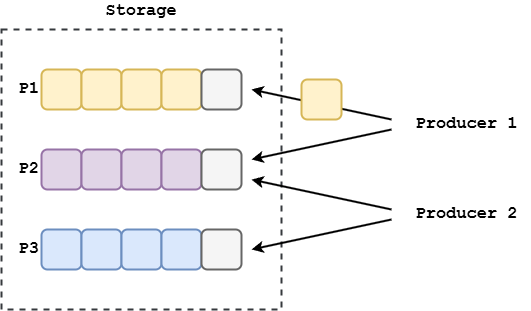
G4utama/Thesis keeps this draw.io diagram as assets/partition.drawio.png. Above is the earlier version. Source tidied: cells renumbered, new cells last; positions are measured from the earlier drawing's top-left corner, leaving out a move shared by most shapes. The source it was exported from:
```xml
<mxGraphModel>
  <root>
    <mxCell id="0" />
    <mxCell id="1" parent="0" />
    <mxCell id="2" value="&lt;font&gt;&lt;b&gt;Storage&lt;/b&gt;&lt;/font&gt;" style="rounded=0;whiteSpace=wrap;html=1;glass=0;shadow=0;align=center;fontFamily=Courier New;verticalAlign=bottom;labelPosition=center;verticalLabelPosition=top;fontSize=17;spacingTop=0;spacing=0;strokeWidth=2;spacingLeft=0;spacingBottom=8;fillColor=none;strokeColor=#36393d;dashed=1;" parent="1" vertex="1">
      <mxGeometry width="280" height="280" as="geometry" />
    </mxCell>
    <mxCell id="3" value="&lt;font style=&quot;font-size: 17px;&quot; face=&quot;Courier New&quot;&gt;&lt;b&gt;P1&lt;/b&gt;&lt;/font&gt;" style="rounded=1;whiteSpace=wrap;html=1;fillColor=#fff2cc;strokeColor=#d6b656;strokeWidth=2;labelPosition=left;verticalLabelPosition=middle;align=right;verticalAlign=middle;" parent="1" vertex="1">
      <mxGeometry x="40" y="40" width="40" height="40" as="geometry" />
    </mxCell>
    <mxCell id="4" style="rounded=1;whiteSpace=wrap;html=1;fillColor=#fff2cc;strokeColor=#d6b656;strokeWidth=2;labelPosition=left;verticalLabelPosition=middle;align=right;verticalAlign=middle;" parent="1" vertex="1">
      <mxGeometry x="80" y="40" width="40" height="40" as="geometry" />
    </mxCell>
    <mxCell id="5" style="rounded=1;whiteSpace=wrap;html=1;fillColor=#fff2cc;strokeColor=#d6b656;strokeWidth=2;labelPosition=left;verticalLabelPosition=middle;align=right;verticalAlign=middle;" parent="1" vertex="1">
      <mxGeometry x="120" y="40" width="40" height="40" as="geometry" />
    </mxCell>
    <mxCell id="6" style="rounded=1;whiteSpace=wrap;html=1;fillColor=#fff2cc;strokeColor=#d6b656;strokeWidth=2;labelPosition=left;verticalLabelPosition=middle;align=right;verticalAlign=middle;" parent="1" vertex="1">
      <mxGeometry x="160" y="40" width="40" height="40" as="geometry" />
    </mxCell>
    <mxCell id="7" style="rounded=1;whiteSpace=wrap;html=1;fillColor=#f5f5f5;strokeColor=#666666;strokeWidth=2;labelPosition=left;verticalLabelPosition=middle;align=right;verticalAlign=middle;fontColor=#333333;" parent="1" vertex="1">
      <mxGeometry x="200" y="40" width="40" height="40" as="geometry" />
    </mxCell>
    <mxCell id="8" value="&lt;font style=&quot;font-size: 17px;&quot; face=&quot;Courier New&quot;&gt;&lt;b&gt;P2&lt;/b&gt;&lt;/font&gt;" style="rounded=1;whiteSpace=wrap;html=1;fillColor=#e1d5e7;strokeColor=#9673a6;strokeWidth=2;labelPosition=left;verticalLabelPosition=middle;align=right;verticalAlign=middle;" parent="1" vertex="1">
      <mxGeometry x="40" y="120" width="40" height="40" as="geometry" />
    </mxCell>
    <mxCell id="9" style="rounded=1;whiteSpace=wrap;html=1;fillColor=#e1d5e7;strokeColor=#9673a6;strokeWidth=2;labelPosition=left;verticalLabelPosition=middle;align=right;verticalAlign=middle;" parent="1" vertex="1">
      <mxGeometry x="80" y="120" width="40" height="40" as="geometry" />
    </mxCell>
    <mxCell id="10" style="rounded=1;whiteSpace=wrap;html=1;fillColor=#e1d5e7;strokeColor=#9673a6;strokeWidth=2;labelPosition=left;verticalLabelPosition=middle;align=right;verticalAlign=middle;" parent="1" vertex="1">
      <mxGeometry x="120" y="120" width="40" height="40" as="geometry" />
    </mxCell>
    <mxCell id="11" style="rounded=1;whiteSpace=wrap;html=1;fillColor=#e1d5e7;strokeColor=#9673a6;strokeWidth=2;labelPosition=left;verticalLabelPosition=middle;align=right;verticalAlign=middle;" parent="1" vertex="1">
      <mxGeometry x="160" y="120" width="40" height="40" as="geometry" />
    </mxCell>
    <mxCell id="12" style="rounded=1;whiteSpace=wrap;html=1;fillColor=#f5f5f5;strokeColor=#666666;strokeWidth=2;labelPosition=left;verticalLabelPosition=middle;align=right;verticalAlign=middle;fontColor=#333333;" parent="1" vertex="1">
      <mxGeometry x="200" y="120" width="40" height="40" as="geometry" />
    </mxCell>
    <mxCell id="13" value="&lt;font style=&quot;font-size: 17px;&quot; face=&quot;Courier New&quot;&gt;&lt;b&gt;P3&lt;/b&gt;&lt;/font&gt;" style="rounded=1;whiteSpace=wrap;html=1;fillColor=#dae8fc;strokeColor=#6c8ebf;strokeWidth=2;labelPosition=left;verticalLabelPosition=middle;align=right;verticalAlign=middle;" parent="1" vertex="1">
      <mxGeometry x="40" y="200" width="40" height="40" as="geometry" />
    </mxCell>
    <mxCell id="14" style="rounded=1;whiteSpace=wrap;html=1;fillColor=#dae8fc;strokeColor=#6c8ebf;strokeWidth=2;labelPosition=left;verticalLabelPosition=middle;align=right;verticalAlign=middle;" parent="1" vertex="1">
      <mxGeometry x="80" y="200" width="40" height="40" as="geometry" />
    </mxCell>
    <mxCell id="15" style="rounded=1;whiteSpace=wrap;html=1;fillColor=#dae8fc;strokeColor=#6c8ebf;strokeWidth=2;labelPosition=left;verticalLabelPosition=middle;align=right;verticalAlign=middle;" parent="1" vertex="1">
      <mxGeometry x="120" y="200" width="40" height="40" as="geometry" />
    </mxCell>
    <mxCell id="16" style="rounded=1;whiteSpace=wrap;html=1;fillColor=#dae8fc;strokeColor=#6c8ebf;strokeWidth=2;labelPosition=left;verticalLabelPosition=middle;align=right;verticalAlign=middle;" parent="1" vertex="1">
      <mxGeometry x="160" y="200" width="40" height="40" as="geometry" />
    </mxCell>
    <mxCell id="17" style="rounded=1;whiteSpace=wrap;html=1;fillColor=#f5f5f5;strokeColor=#666666;strokeWidth=2;labelPosition=left;verticalLabelPosition=middle;align=right;verticalAlign=middle;fontColor=#333333;" parent="1" vertex="1">
      <mxGeometry x="200" y="200" width="40" height="40" as="geometry" />
    </mxCell>
    <mxCell id="18" value="&lt;font face=&quot;Courier New&quot; style=&quot;font-size: 17px;&quot;&gt;&lt;b&gt;Producer 1&lt;/b&gt;&lt;/font&gt;" style="text;html=1;align=center;verticalAlign=middle;strokeColor=none;fillColor=none;" parent="1" vertex="1">
      <mxGeometry x="400" y="80" width="130" height="30" as="geometry" />
    </mxCell>
    <mxCell id="19" value="&lt;font face=&quot;Courier New&quot; style=&quot;font-size: 17px;&quot;&gt;&lt;b&gt;Producer 2&lt;/b&gt;&lt;/font&gt;" style="text;html=1;align=center;verticalAlign=middle;strokeColor=none;fillColor=none;" parent="1" vertex="1">
      <mxGeometry x="400" y="170" width="130" height="30" as="geometry" />
    </mxCell>
    <mxCell id="20" style="endArrow=classic;html=1;strokeWidth=2;" parent="1" edge="1">
      <mxGeometry relative="1" as="geometry">
        <mxPoint x="390" y="190" as="sourcePoint" />
        <mxPoint x="250" y="220" as="targetPoint" />
      </mxGeometry>
    </mxCell>
    <mxCell id="21" style="endArrow=classic;html=1;strokeWidth=2;entryX=0.893;entryY=0.536;entryDx=0;entryDy=0;entryPerimeter=0;" parent="1" edge="1" target="2">
      <mxGeometry relative="1" as="geometry">
        <mxPoint x="390" y="180" as="sourcePoint" />
      </mxGeometry>
    </mxCell>
    <mxCell id="22" style="endArrow=classic;html=1;strokeWidth=2;entryX=0.893;entryY=0.536;entryDx=0;entryDy=0;entryPerimeter=0;" parent="1" edge="1">
      <mxGeometry relative="1" as="geometry">
        <mxPoint x="390" y="100" as="sourcePoint" />
        <mxPoint x="250" y="130" as="targetPoint" />
      </mxGeometry>
    </mxCell>
    <mxCell id="23" style="endArrow=classic;html=1;strokeWidth=2;entryX=0.893;entryY=0.536;entryDx=0;entryDy=0;entryPerimeter=0;" parent="1" edge="1">
      <mxGeometry relative="1" as="geometry">
        <mxPoint x="390" y="90" as="sourcePoint" />
        <mxPoint x="250" y="60" as="targetPoint" />
      </mxGeometry>
    </mxCell>
    <mxCell id="24" style="rounded=1;whiteSpace=wrap;html=1;fillColor=#fff2cc;strokeColor=#d6b656;strokeWidth=2;labelPosition=left;verticalLabelPosition=middle;align=right;verticalAlign=middle;" parent="1" vertex="1">
      <mxGeometry x="300" y="50" width="40" height="40" as="geometry" />
    </mxCell>
  </root>
</mxGraphModel>
```
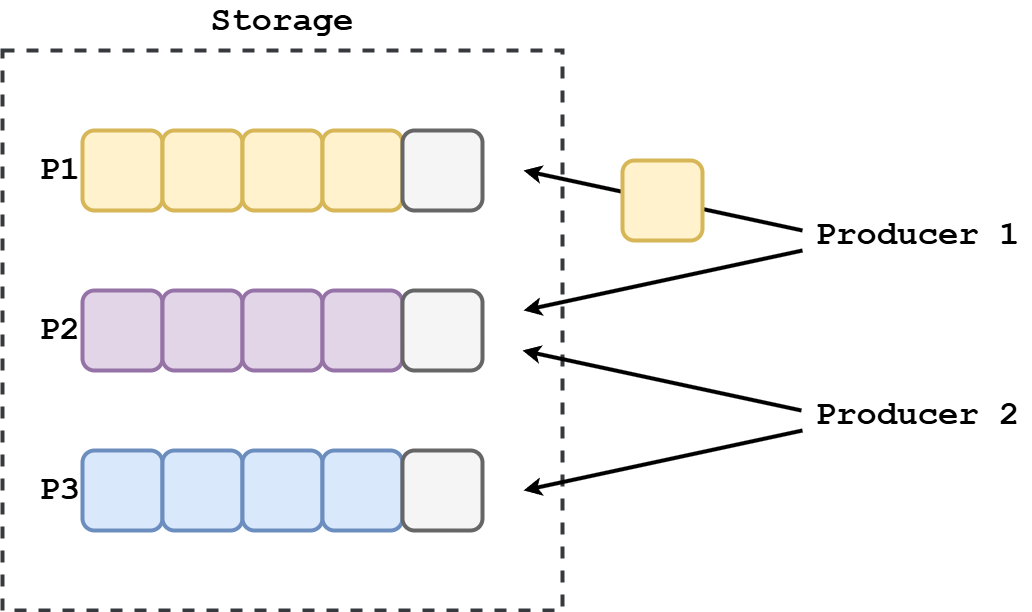
After the commit.

The edit, as a diff of the source:
```diff
@@ -2,85 +2,86 @@
   <root>
     <mxCell id="0" />
     <mxCell id="1" parent="0" />
-    <mxCell id="2" value="&lt;font&gt;&lt;b&gt;Storage&lt;/b&gt;&lt;/font&gt;" style="rounded=0;whiteSpace=wrap;html=1;glass=0;shadow=0;align=center;fontFamily=Courier New;verticalAlign=bottom;labelPosition=center;verticalLabelPosition=top;fontSize=17;spacingTop=0;spacing=0;strokeWidth=2;spacingLeft=0;spacingBottom=8;fillColor=none;strokeColor=#36393d;dashed=1;" parent="1" vertex="1">
-      <mxGeometry width="280" height="280" as="geometry" />
+    <mxCell id="2" value="&lt;font&gt;&lt;b&gt;Storage&lt;/b&gt;&lt;/font&gt;" style="rounded=0;whiteSpace=wrap;html=1;glass=0;shadow=0;align=center;fontFamily=Courier New;verticalAlign=bottom;labelPosition=center;verticalLabelPosition=top;fontSize=34;spacingTop=0;spacing=0;strokeWidth=4;spacingLeft=0;spacingBottom=8;fillColor=none;strokeColor=#36393d;dashed=1;" parent="1" vertex="1">
+      <mxGeometry width="560" height="560" as="geometry" />
     </mxCell>
-    <mxCell id="3" value="&lt;font style=&quot;font-size: 17px;&quot; face=&quot;Courier New&quot;&gt;&lt;b&gt;P1&lt;/b&gt;&lt;/font&gt;" style="rounded=1;whiteSpace=wrap;html=1;fillColor=#fff2cc;strokeColor=#d6b656;strokeWidth=2;labelPosition=left;verticalLabelPosition=middle;align=right;verticalAlign=middle;" parent="1" vertex="1">
-      <mxGeometry x="40" y="40" width="40" height="40" as="geometry" />
+    <mxCell id="3" value="&lt;font style=&quot;font-size: 34px;&quot; face=&quot;Courier New&quot;&gt;&lt;b style=&quot;&quot;&gt;P1&lt;/b&gt;&lt;/font&gt;" style="rounded=1;whiteSpace=wrap;html=1;fillColor=#fff2cc;strokeColor=#d6b656;strokeWidth=4;labelPosition=left;verticalLabelPosition=middle;align=right;verticalAlign=middle;" parent="1" vertex="1">
+      <mxGeometry x="80" y="80" width="80" height="80" as="geometry" />
     </mxCell>
-    <mxCell id="4" style="rounded=1;whiteSpace=wrap;html=1;fillColor=#fff2cc;strokeColor=#d6b656;strokeWidth=2;labelPosition=left;verticalLabelPosition=middle;align=right;verticalAlign=middle;" parent="1" vertex="1">
-      <mxGeometry x="80" y="40" width="40" height="40" as="geometry" />
+    <mxCell id="4" style="rounded=1;whiteSpace=wrap;html=1;fillColor=#fff2cc;strokeColor=#d6b656;strokeWidth=4;labelPosition=left;verticalLabelPosition=middle;align=right;verticalAlign=middle;" parent="1" vertex="1">
+      <mxGeometry x="160" y="80" width="80" height="80" as="geometry" />
     </mxCell>
-    <mxCell id="5" style="rounded=1;whiteSpace=wrap;html=1;fillColor=#fff2cc;strokeColor=#d6b656;strokeWidth=2;labelPosition=left;verticalLabelPosition=middle;align=right;verticalAlign=middle;" parent="1" vertex="1">
-      <mxGeometry x="120" y="40" width="40" height="40" as="geometry" />
-    </mxCell>
-    <mxCell id="6" style="rounded=1;whiteSpace=wrap;html=1;fillColor=#fff2cc;strokeColor=#d6b656;strokeWidth=2;labelPosition=left;verticalLabelPosition=middle;align=right;verticalAlign=middle;" parent="1" vertex="1">
-      <mxGeometry x="160" y="40" width="40" height="40" as="geometry" />
-    </mxCell>
-    <mxCell id="7" style="rounded=1;whiteSpace=wrap;html=1;fillColor=#f5f5f5;strokeColor=#666666;strokeWidth=2;labelPosition=left;verticalLabelPosition=middle;align=right;verticalAlign=middle;fontColor=#333333;" parent="1" vertex="1">
-      <mxGeometry x="200" y="40" width="40" height="40" as="geometry" />
-    </mxCell>
-    <mxCell id="8" value="&lt;font style=&quot;font-size: 17px;&quot; face=&quot;Courier New&quot;&gt;&lt;b&gt;P2&lt;/b&gt;&lt;/font&gt;" style="rounded=1;whiteSpace=wrap;html=1;fillColor=#e1d5e7;strokeColor=#9673a6;strokeWidth=2;labelPosition=left;verticalLabelPosition=middle;align=right;verticalAlign=middle;" parent="1" vertex="1">
-      <mxGeometry x="40" y="120" width="40" height="40" as="geometry" />
+    <mxCell id="8" value="&lt;font style=&quot;font-size: 34px;&quot; face=&quot;Courier New&quot;&gt;&lt;b style=&quot;&quot;&gt;P2&lt;/b&gt;&lt;/font&gt;" style="rounded=1;whiteSpace=wrap;html=1;fillColor=#e1d5e7;strokeColor=#9673a6;strokeWidth=4;labelPosition=left;verticalLabelPosition=middle;align=right;verticalAlign=middle;" parent="1" vertex="1">
+      <mxGeometry x="80" y="240" width="80" height="80" as="geometry" />
     </mxCell>
-    <mxCell id="9" style="rounded=1;whiteSpace=wrap;html=1;fillColor=#e1d5e7;strokeColor=#9673a6;strokeWidth=2;labelPosition=left;verticalLabelPosition=middle;align=right;verticalAlign=middle;" parent="1" vertex="1">
-      <mxGeometry x="80" y="120" width="40" height="40" as="geometry" />
+    <mxCell id="9" style="rounded=1;whiteSpace=wrap;html=1;fillColor=#e1d5e7;strokeColor=#9673a6;strokeWidth=4;labelPosition=left;verticalLabelPosition=middle;align=right;verticalAlign=middle;" parent="1" vertex="1">
+      <mxGeometry x="160" y="240" width="80" height="80" as="geometry" />
     </mxCell>
-    <mxCell id="10" style="rounded=1;whiteSpace=wrap;html=1;fillColor=#e1d5e7;strokeColor=#9673a6;strokeWidth=2;labelPosition=left;verticalLabelPosition=middle;align=right;verticalAlign=middle;" parent="1" vertex="1">
-      <mxGeometry x="120" y="120" width="40" height="40" as="geometry" />
-    </mxCell>
-    <mxCell id="11" style="rounded=1;whiteSpace=wrap;html=1;fillColor=#e1d5e7;strokeColor=#9673a6;strokeWidth=2;labelPosition=left;verticalLabelPosition=middle;align=right;verticalAlign=middle;" parent="1" vertex="1">
-      <mxGeometry x="160" y="120" width="40" height="40" as="geometry" />
-    </mxCell>
-    <mxCell id="12" style="rounded=1;whiteSpace=wrap;html=1;fillColor=#f5f5f5;strokeColor=#666666;strokeWidth=2;labelPosition=left;verticalLabelPosition=middle;align=right;verticalAlign=middle;fontColor=#333333;" parent="1" vertex="1">
-      <mxGeometry x="200" y="120" width="40" height="40" as="geometry" />
-    </mxCell>
-    <mxCell id="13" value="&lt;font style=&quot;font-size: 17px;&quot; face=&quot;Courier New&quot;&gt;&lt;b&gt;P3&lt;/b&gt;&lt;/font&gt;" style="rounded=1;whiteSpace=wrap;html=1;fillColor=#dae8fc;strokeColor=#6c8ebf;strokeWidth=2;labelPosition=left;verticalLabelPosition=middle;align=right;verticalAlign=middle;" parent="1" vertex="1">
-      <mxGeometry x="40" y="200" width="40" height="40" as="geometry" />
+    <mxCell id="13" value="&lt;font style=&quot;font-size: 34px;&quot; face=&quot;Courier New&quot;&gt;&lt;b style=&quot;&quot;&gt;P3&lt;/b&gt;&lt;/font&gt;" style="rounded=1;whiteSpace=wrap;html=1;fillColor=#dae8fc;strokeColor=#6c8ebf;strokeWidth=4;labelPosition=left;verticalLabelPosition=middle;align=right;verticalAlign=middle;" parent="1" vertex="1">
+      <mxGeometry x="80" y="400" width="80" height="80" as="geometry" />
     </mxCell>
-    <mxCell id="14" style="rounded=1;whiteSpace=wrap;html=1;fillColor=#dae8fc;strokeColor=#6c8ebf;strokeWidth=2;labelPosition=left;verticalLabelPosition=middle;align=right;verticalAlign=middle;" parent="1" vertex="1">
-      <mxGeometry x="80" y="200" width="40" height="40" as="geometry" />
+    <mxCell id="14" style="rounded=1;whiteSpace=wrap;html=1;fillColor=#dae8fc;strokeColor=#6c8ebf;strokeWidth=4;labelPosition=left;verticalLabelPosition=middle;align=right;verticalAlign=middle;" parent="1" vertex="1">
+      <mxGeometry x="160" y="400" width="80" height="80" as="geometry" />
     </mxCell>
-    <mxCell id="15" style="rounded=1;whiteSpace=wrap;html=1;fillColor=#dae8fc;strokeColor=#6c8ebf;strokeWidth=2;labelPosition=left;verticalLabelPosition=middle;align=right;verticalAlign=middle;" parent="1" vertex="1">
-      <mxGeometry x="120" y="200" width="40" height="40" as="geometry" />
-    </mxCell>
-    <mxCell id="16" style="rounded=1;whiteSpace=wrap;html=1;fillColor=#dae8fc;strokeColor=#6c8ebf;strokeWidth=2;labelPosition=left;verticalLabelPosition=middle;align=right;verticalAlign=middle;" parent="1" vertex="1">
-      <mxGeometry x="160" y="200" width="40" height="40" as="geometry" />
-    </mxCell>
-    <mxCell id="17" style="rounded=1;whiteSpace=wrap;html=1;fillColor=#f5f5f5;strokeColor=#666666;strokeWidth=2;labelPosition=left;verticalLabelPosition=middle;align=right;verticalAlign=middle;fontColor=#333333;" parent="1" vertex="1">
-      <mxGeometry x="200" y="200" width="40" height="40" as="geometry" />
-    </mxCell>
-    <mxCell id="18" value="&lt;font face=&quot;Courier New&quot; style=&quot;font-size: 17px;&quot;&gt;&lt;b&gt;Producer 1&lt;/b&gt;&lt;/font&gt;" style="text;html=1;align=center;verticalAlign=middle;strokeColor=none;fillColor=none;" parent="1" vertex="1">
-      <mxGeometry x="400" y="80" width="130" height="30" as="geometry" />
+    <mxCell id="18" value="&lt;font face=&quot;Courier New&quot; style=&quot;font-size: 34px;&quot;&gt;&lt;b style=&quot;&quot;&gt;Producer 1&lt;/b&gt;&lt;/font&gt;" style="text;html=1;align=center;verticalAlign=middle;strokeColor=none;fillColor=none;" parent="1" vertex="1">
+      <mxGeometry x="800" y="160" width="230" height="50" as="geometry" />
     </mxCell>
-    <mxCell id="19" value="&lt;font face=&quot;Courier New&quot; style=&quot;font-size: 17px;&quot;&gt;&lt;b&gt;Producer 2&lt;/b&gt;&lt;/font&gt;" style="text;html=1;align=center;verticalAlign=middle;strokeColor=none;fillColor=none;" parent="1" vertex="1">
-      <mxGeometry x="400" y="170" width="130" height="30" as="geometry" />
+    <mxCell id="19" value="&lt;font face=&quot;Courier New&quot; style=&quot;font-size: 34px;&quot;&gt;&lt;b style=&quot;&quot;&gt;Producer 2&lt;/b&gt;&lt;/font&gt;" style="text;html=1;align=center;verticalAlign=middle;strokeColor=none;fillColor=none;" parent="1" vertex="1">
+      <mxGeometry x="800" y="340" width="230" height="50" as="geometry" />
     </mxCell>
-    <mxCell id="20" style="endArrow=classic;html=1;strokeWidth=2;" parent="1" edge="1">
+    <mxCell id="20" style="endArrow=classic;html=1;strokeWidth=4;" parent="1" edge="1">
       <mxGeometry relative="1" as="geometry">
-        <mxPoint x="390" y="190" as="sourcePoint" />
-        <mxPoint x="250" y="220" as="targetPoint" />
+        <mxPoint x="800" y="380" as="sourcePoint" />
+        <mxPoint x="521" y="440" as="targetPoint" />
       </mxGeometry>
     </mxCell>
-    <mxCell id="21" style="endArrow=classic;html=1;strokeWidth=2;entryX=0.893;entryY=0.536;entryDx=0;entryDy=0;entryPerimeter=0;" parent="1" edge="1" target="2">
+    <mxCell id="21" style="endArrow=classic;html=1;strokeWidth=4;entryX=0.893;entryY=0.536;entryDx=0;entryDy=0;entryPerimeter=0;" parent="1" edge="1">
       <mxGeometry relative="1" as="geometry">
-        <mxPoint x="390" y="180" as="sourcePoint" />
+        <mxPoint x="799" y="360" as="sourcePoint" />
+        <mxPoint x="520" y="300" as="targetPoint" />
       </mxGeometry>
     </mxCell>
-    <mxCell id="22" style="endArrow=classic;html=1;strokeWidth=2;entryX=0.893;entryY=0.536;entryDx=0;entryDy=0;entryPerimeter=0;" parent="1" edge="1">
+    <mxCell id="22" style="endArrow=classic;html=1;strokeWidth=4;entryX=0.893;entryY=0.536;entryDx=0;entryDy=0;entryPerimeter=0;" parent="1" edge="1">
       <mxGeometry relative="1" as="geometry">
-        <mxPoint x="390" y="100" as="sourcePoint" />
-        <mxPoint x="250" y="130" as="targetPoint" />
+        <mxPoint x="800" y="200" as="sourcePoint" />
+        <mxPoint x="521" y="260" as="targetPoint" />
       </mxGeometry>
     </mxCell>
-    <mxCell id="23" style="endArrow=classic;html=1;strokeWidth=2;entryX=0.893;entryY=0.536;entryDx=0;entryDy=0;entryPerimeter=0;" parent="1" edge="1">
+    <mxCell id="23" style="endArrow=classic;html=1;strokeWidth=4;entryX=0.893;entryY=0.536;entryDx=0;entryDy=0;entryPerimeter=0;" parent="1" edge="1">
       <mxGeometry relative="1" as="geometry">
-        <mxPoint x="390" y="90" as="sourcePoint" />
-        <mxPoint x="250" y="60" as="targetPoint" />
+        <mxPoint x="800" y="180" as="sourcePoint" />
+        <mxPoint x="521" y="120" as="targetPoint" />
       </mxGeometry>
     </mxCell>
+    <mxCell id="25" style="rounded=1;whiteSpace=wrap;html=1;fillColor=#dae8fc;strokeColor=#6c8ebf;strokeWidth=4;labelPosition=left;verticalLabelPosition=middle;align=right;verticalAlign=middle;" parent="1" vertex="1">
+      <mxGeometry x="240" y="400" width="80" height="80" as="geometry" />
+    </mxCell>
+    <mxCell id="26" style="rounded=1;whiteSpace=wrap;html=1;fillColor=#e1d5e7;strokeColor=#9673a6;strokeWidth=4;labelPosition=left;verticalLabelPosition=middle;align=right;verticalAlign=middle;" parent="1" vertex="1">
+      <mxGeometry x="240" y="240" width="80" height="80" as="geometry" />
+    </mxCell>
+    <mxCell id="27" style="rounded=1;whiteSpace=wrap;html=1;fillColor=#fff2cc;strokeColor=#d6b656;strokeWidth=4;labelPosition=left;verticalLabelPosition=middle;align=right;verticalAlign=middle;" parent="1" vertex="1">
+      <mxGeometry x="240" y="80" width="80" height="80" as="geometry" />
+    </mxCell>
+    <mxCell id="28" style="rounded=1;whiteSpace=wrap;html=1;fillColor=#dae8fc;strokeColor=#6c8ebf;strokeWidth=4;labelPosition=left;verticalLabelPosition=middle;align=right;verticalAlign=middle;" parent="1" vertex="1">
+      <mxGeometry x="320" y="400" width="80" height="80" as="geometry" />
+    </mxCell>
+    <mxCell id="29" style="rounded=1;whiteSpace=wrap;html=1;fillColor=#e1d5e7;strokeColor=#9673a6;strokeWidth=4;labelPosition=left;verticalLabelPosition=middle;align=right;verticalAlign=middle;" parent="1" vertex="1">
+      <mxGeometry x="320" y="240" width="80" height="80" as="geometry" />
+    </mxCell>
+    <mxCell id="30" style="rounded=1;whiteSpace=wrap;html=1;fillColor=#fff2cc;strokeColor=#d6b656;strokeWidth=4;labelPosition=left;verticalLabelPosition=middle;align=right;verticalAlign=middle;" parent="1" vertex="1">
+      <mxGeometry x="320" y="80" width="80" height="80" as="geometry" />
+    </mxCell>
-    <mxCell id="24" style="rounded=1;whiteSpace=wrap;html=1;fillColor=#fff2cc;strokeColor=#d6b656;strokeWidth=2;labelPosition=left;verticalLabelPosition=middle;align=right;verticalAlign=middle;" parent="1" vertex="1">
-      <mxGeometry x="300" y="50" width="40" height="40" as="geometry" />
+    <mxCell id="24" style="rounded=1;whiteSpace=wrap;html=1;fillColor=#fff2cc;strokeColor=#d6b656;strokeWidth=4;labelPosition=left;verticalLabelPosition=middle;align=right;verticalAlign=middle;glass=0;shadow=0;" parent="1" vertex="1">
+      <mxGeometry x="620" y="110" width="80" height="80" as="geometry" />
     </mxCell>
+    <mxCell id="17" style="rounded=1;whiteSpace=wrap;html=1;fillColor=#f5f5f5;strokeColor=#666666;strokeWidth=4;labelPosition=left;verticalLabelPosition=middle;align=right;verticalAlign=middle;fontColor=#333333;" parent="1" vertex="1">
+      <mxGeometry x="400" y="400" width="80" height="80" as="geometry" />
+    </mxCell>
+    <mxCell id="31" style="rounded=1;whiteSpace=wrap;html=1;fillColor=#f5f5f5;strokeColor=#666666;strokeWidth=4;labelPosition=left;verticalLabelPosition=middle;align=right;verticalAlign=middle;fontColor=#333333;" parent="1" vertex="1">
+      <mxGeometry x="400" y="240" width="80" height="80" as="geometry" />
+    </mxCell>
+    <mxCell id="32" style="rounded=1;whiteSpace=wrap;html=1;fillColor=#f5f5f5;strokeColor=#666666;strokeWidth=4;labelPosition=left;verticalLabelPosition=middle;align=right;verticalAlign=middle;fontColor=#333333;" parent="1" vertex="1">
+      <mxGeometry x="400" y="80" width="80" height="80" as="geometry" />
+    </mxCell>
   </root>
 </mxGraphModel>
```
